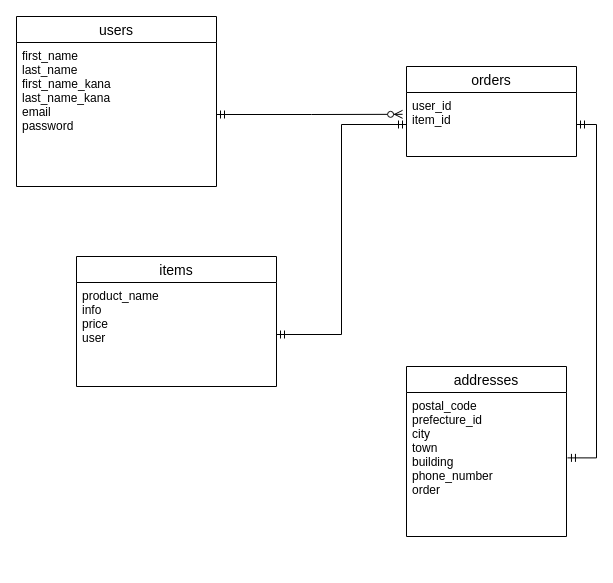
kodairafumikazu/tomori_app keeps this draw.io diagram as test.dio. Above is the earlier version. Source tidied: cells renumbered, new cells numbered last; positions are measured from the earlier drawing's top-left corner, leaving out a move shared by most shapes. Both pictures are drawn from the tidied source at 100%, with x=0, y=0 at pixel (16, 16).
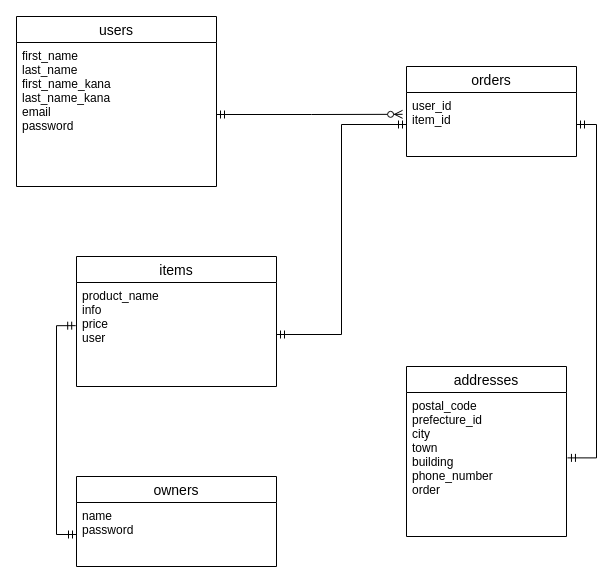
The same diagram, later.

Commit message (it also covers changes not shown here):
ER図、READE.md作成、HTML、CSS作成

What changed in the source:
```diff
@@
 <mxGraphModel>
   <root>
     <mxCell id="0" />
     <mxCell id="1" parent="0" />
     <mxCell id="2" value="users" style="swimlane;fontStyle=0;horizontal=1;startSize=26;align=center;fontSize=14;" parent="1" vertex="1">
       <mxGeometry width="200" height="170" as="geometry" />
     </mxCell>
     <mxCell id="3" value="first_name&#10;last_name&#10;first_name_kana&#10;last_name_kana&#10;email&#10;password&#10;" style="text;strokeColor=none;fillColor=none;spacingLeft=4;spacingRight=4;overflow=hidden;points=[[0,0.5],[1,0.5]];portConstraint=eastwest;fontSize=12;" parent="2" vertex="1">
       <mxGeometry y="26" width="200" height="144" as="geometry" />
     </mxCell>
     <mxCell id="4" value="orders" style="swimlane;fontStyle=0;horizontal=1;startSize=26;align=center;fontSize=14;" parent="1" vertex="1">
       <mxGeometry x="390" y="50" width="170" height="90" as="geometry" />
     </mxCell>
     <mxCell id="5" value="user_id&#10;item_id&#10;" style="text;strokeColor=none;fillColor=none;spacingLeft=4;spacingRight=4;overflow=hidden;points=[[0,0.5],[1,0.5]];portConstraint=eastwest;fontSize=12;" parent="4" vertex="1">
       <mxGeometry y="26" width="170" height="64" as="geometry" />
     </mxCell>
     <mxCell id="6" value="addresses" style="swimlane;fontStyle=0;horizontal=1;startSize=26;align=center;fontSize=14;" parent="1" vertex="1">
       <mxGeometry x="390" y="350" width="160" height="170" as="geometry" />
     </mxCell>
     <mxCell id="7" value="postal_code&#10;prefecture_id&#10;city&#10;town&#10;building&#10;phone_number&#10;order" style="text;strokeColor=none;fillColor=none;spacingLeft=4;spacingRight=4;overflow=hidden;points=[[0,0.5],[1,0.5]];portConstraint=eastwest;fontSize=12;" parent="6" vertex="1">
       <mxGeometry y="26" width="160" height="144" as="geometry" />
     </mxCell>
     <mxCell id="8" style="edgeStyle=orthogonalEdgeStyle;rounded=0;jettySize=auto;html=1;exitX=1;exitY=0.5;exitDx=0;exitDy=0;entryX=1.006;entryY=0.454;entryDx=0;entryDy=0;entryPerimeter=0;startArrow=ERmandOne;startFill=0;endArrow=ERmandOne;endFill=0;" parent="1" edge="1" source="5" target="7">
       <mxGeometry relative="1" as="geometry" />
     </mxCell>
     <mxCell id="9" style="edgeStyle=orthogonalEdgeStyle;rounded=0;jettySize=auto;html=1;exitX=1;exitY=0.5;exitDx=0;exitDy=0;entryX=-0.023;entryY=0.341;entryDx=0;entryDy=0;entryPerimeter=0;startArrow=ERmandOne;startFill=0;endArrow=ERzeroToMany;endFill=1;" parent="1" edge="1" source="3" target="5">
       <mxGeometry relative="1" as="geometry" />
     </mxCell>
     <mxCell id="10" value="items" style="swimlane;fontStyle=0;horizontal=1;startSize=26;align=center;fontSize=14;" parent="1" vertex="1">
       <mxGeometry x="60" y="240" width="200" height="130" as="geometry" />
     </mxCell>
     <mxCell id="11" value="product_name&#10;info&#10;price&#10;user" style="text;strokeColor=none;fillColor=none;spacingLeft=4;spacingRight=4;overflow=hidden;points=[[0,0.5],[1,0.5]];portConstraint=eastwest;fontSize=12;" parent="10" vertex="1">
       <mxGeometry y="26" width="200" height="104" as="geometry" />
     </mxCell>
     <mxCell id="12" style="edgeStyle=orthogonalEdgeStyle;rounded=0;jettySize=auto;html=1;exitX=1;exitY=0.5;exitDx=0;exitDy=0;startArrow=ERmandOne;startFill=0;endArrow=ERmandOne;endFill=0;entryX=0;entryY=0.5;entryDx=0;entryDy=0;" parent="1" edge="1" source="11" target="5">
       <mxGeometry relative="1" as="geometry" />
     </mxCell>
+    <mxCell id="13" value="owners" style="swimlane;fontStyle=0;horizontal=1;startSize=26;align=center;fontSize=14;" parent="1" vertex="1">
+      <mxGeometry x="60" y="460" width="200" height="90" as="geometry" />
+    </mxCell>
+    <mxCell id="14" value="name&#10;password" style="text;strokeColor=none;fillColor=none;spacingLeft=4;spacingRight=4;overflow=hidden;points=[[0,0.5],[1,0.5]];portConstraint=eastwest;fontSize=12;" parent="13" vertex="1">
+      <mxGeometry y="26" width="200" height="64" as="geometry" />
+    </mxCell>
+    <mxCell id="15" style="edgeStyle=orthogonalEdgeStyle;rounded=0;jettySize=auto;html=1;exitX=0;exitY=0.5;exitDx=0;exitDy=0;entryX=-0.004;entryY=0.415;entryDx=0;entryDy=0;entryPerimeter=0;startArrow=ERmandOne;startFill=0;endArrow=ERmandOne;endFill=0;" parent="1" edge="1" source="14" target="11">
+      <mxGeometry relative="1" as="geometry" />
+    </mxCell>
   </root>
 </mxGraphModel>
```
